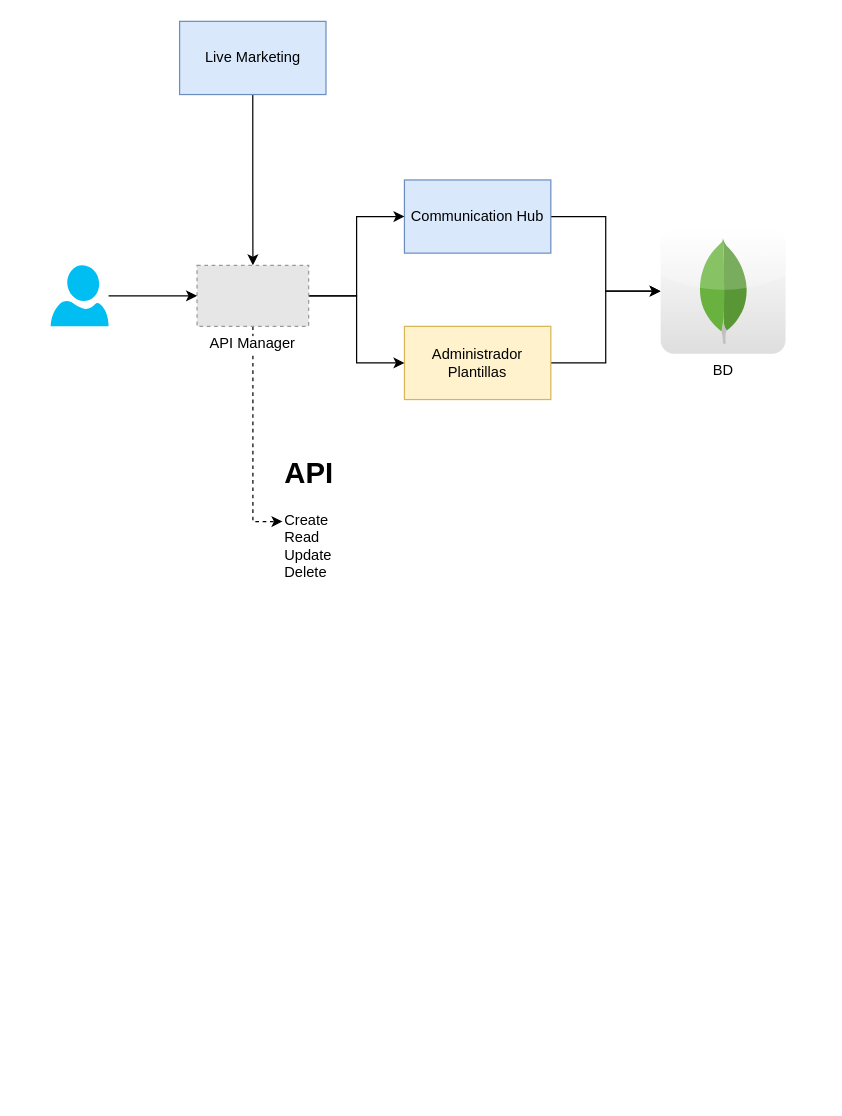
Before: Administrador de Plantillas.drawio in fhermq/diagrams, a draw.io diagram. Source tidied: cells renumbered, new cells numbered last; positions are measured from the earlier drawing's top-left corner, leaving out a move shared by most shapes. Both pictures are drawn from the tidied source at 122%, with x=0, y=0 at pixel (50, 21). Pictures stored in the file or linked from it are replaced by grey dashed boxes.
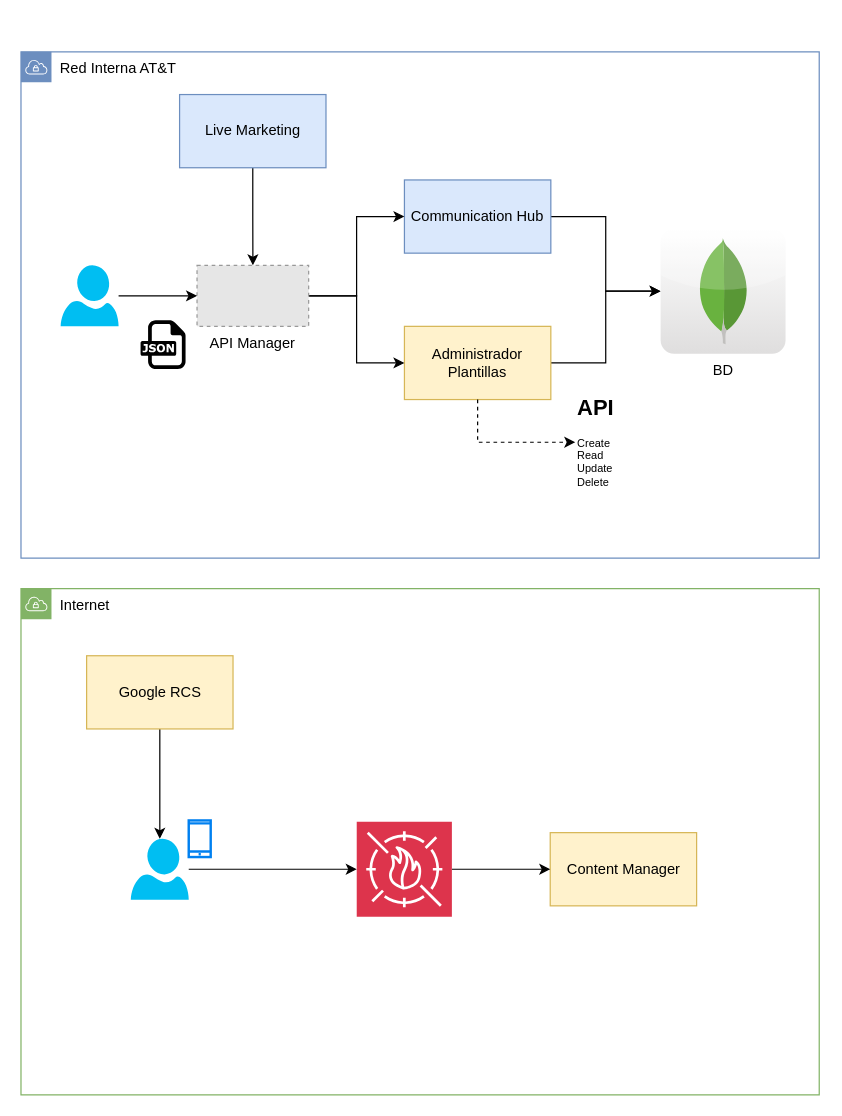
The same diagram, later.

The change refers to these unchanged cells:
```xml
<mxCell id="5" value="Administrador Plantillas" style="rounded=0;whiteSpace=wrap;html=1;fillColor=#fff2cc;strokeColor=#d6b656;" parent="1" vertex="1">
  <mxGeometry x="290" y="250" width="120" height="60" as="geometry" />
</mxCell>
<mxCell id="9" value="API Manager" style="fillColor=#E6E6E6;strokeColor=#999999;dashed=1;verticalLabelPosition=bottom;labelBackgroundColor=default;verticalAlign=top;" parent="1" vertex="1">
  <mxGeometry x="120" y="200" width="91.5" height="50" as="geometry" />
</mxCell>
```

What changed in the source:
```diff
@@
+    <mxCell id="16" value="Red Interna AT&amp;amp;T" style="sketch=0;html=1;whiteSpace=wrap;fontSize=12;fontStyle=0;shape=mxgraph.aws4.group;grIcon=mxgraph.aws4.group_vpc;strokeColor=#6c8ebf;fillColor=none;verticalAlign=top;align=left;spacingLeft=30;dashed=0;" parent="1" vertex="1">
+      <mxGeometry x="-24.3" y="25" width="654.3" height="415" as="geometry" />
+    </mxCell>
+    <mxCell id="17" value="Internet" style="sketch=0;html=1;whiteSpace=wrap;fontSize=12;fontStyle=0;shape=mxgraph.aws4.group;grIcon=mxgraph.aws4.group_vpc;strokeColor=#82b366;fillColor=none;verticalAlign=top;align=left;spacingLeft=30;dashed=0;" parent="1" vertex="1">
+      <mxGeometry x="-24.3" y="465" width="654.3" height="415" as="geometry" />
+    </mxCell>
@@
-    <mxCell id="8" style="edgeStyle=orthogonalEdgeStyle;rounded=0;jettySize=auto;html=1;entryX=0;entryY=0.5;entryDx=0;entryDy=0;dashed=1;" parent="1" edge="1" source="9" target="13">
+    <mxCell id="8" style="edgeStyle=orthogonalEdgeStyle;rounded=0;jettySize=auto;html=1;entryX=0;entryY=0.5;entryDx=0;entryDy=0;dashed=1;exitX=0.5;exitY=1;exitDx=0;exitDy=0;" parent="1" edge="1" source="5" target="13">
       <mxGeometry relative="1" as="geometry" />
     </mxCell>
@@
     <mxCell id="12" value="Live Marketing" style="rounded=0;whiteSpace=wrap;html=1;fillColor=#dae8fc;strokeColor=#6c8ebf;" parent="1" vertex="1">
-      <mxGeometry x="105.7" width="120" height="60" as="geometry" />
+      <mxGeometry x="105.7" y="60" width="120" height="60" as="geometry" />
     </mxCell>
-    <mxCell id="13" value="&lt;h1 style=&quot;margin-top: 0px;&quot;&gt;API&lt;/h1&gt;&lt;div&gt;Create&lt;/div&gt;&lt;div&gt;Read&lt;/div&gt;&lt;div&gt;Update&lt;/div&gt;&lt;div&gt;Delete&lt;/div&gt;" style="text;html=1;whiteSpace=wrap;overflow=hidden;rounded=0;" parent="1" vertex="1">
-      <mxGeometry x="190" y="350" width="180" height="120" as="geometry" />
+    <mxCell id="13" value="&lt;h1 style=&quot;margin-top: 0px;&quot;&gt;API&lt;/h1&gt;&lt;div&gt;Create&lt;/div&gt;&lt;div&gt;Read&lt;/div&gt;&lt;div&gt;Update&lt;/div&gt;&lt;div&gt;Delete&lt;/div&gt;" style="text;html=1;whiteSpace=wrap;overflow=hidden;rounded=0;fontSize=9;" parent="1" vertex="1">
+      <mxGeometry x="430" y="300" width="60" height="90" as="geometry" />
     </mxCell>
-    <mxCell id="14" style="edgeStyle=orthogonalEdgeStyle;rounded=0;jettySize=auto;html=1;entryX=0;entryY=0.5;entryDx=0;entryDy=0;" parent="1" edge="1" source="15" target="9">
-      <mxGeometry relative="1" as="geometry" />
-    </mxCell>
+    <mxCell id="18" style="edgeStyle=orthogonalEdgeStyle;rounded=0;jettySize=auto;html=1;" parent="1" edge="1" source="15" target="21">
+      <mxGeometry relative="1" as="geometry" />
+    </mxCell>
     <mxCell id="15" style="verticalLabelPosition=bottom;html=1;verticalAlign=top;align=center;strokeColor=none;fillColor=#00BEF2;shape=mxgraph.azure.user;" parent="1" vertex="1">
-      <mxGeometry y="200" width="47.5" height="50" as="geometry" />
+      <mxGeometry x="65.7" y="670" width="47.5" height="50" as="geometry" />
     </mxCell>
+    <mxCell id="19" value="Content Manager" style="rounded=0;whiteSpace=wrap;html=1;fillColor=#fff2cc;strokeColor=#d6b656;" parent="1" vertex="1">
+      <mxGeometry x="409.5" y="665" width="120" height="60" as="geometry" />
+    </mxCell>
+    <mxCell id="20" style="edgeStyle=orthogonalEdgeStyle;rounded=0;jettySize=auto;html=1;" parent="1" edge="1" source="21" target="19">
+      <mxGeometry relative="1" as="geometry" />
+    </mxCell>
+    <mxCell id="21" style="sketch=0;points=[[0,0,0],[0.25,0,0],[0.5,0,0],[0.75,0,0],[1,0,0],[0,1,0],[0.25,1,0],[0.5,1,0],[0.75,1,0],[1,1,0],[0,0.25,0],[0,0.5,0],[0,0.75,0],[1,0.25,0],[1,0.5,0],[1,0.75,0]];outlineConnect=0;fontColor=#232F3E;fillColor=#DD344C;strokeColor=#ffffff;dashed=0;verticalLabelPosition=bottom;verticalAlign=top;align=center;html=1;fontSize=12;fontStyle=0;shape=mxgraph.aws4.resourceIcon;resIcon=mxgraph.aws4.waf;" parent="1" vertex="1">
+      <mxGeometry x="250.9" y="656" width="78" height="78" as="geometry" />
+    </mxCell>
+    <mxCell id="22" style="html=1;verticalLabelPosition=bottom;align=center;labelBackgroundColor=#ffffff;verticalAlign=top;strokeWidth=2;strokeColor=#0080F0;shadow=0;dashed=0;shape=mxgraph.ios7.icons.smartphone;" parent="1" vertex="1">
+      <mxGeometry x="113.2" y="655" width="18" height="30" as="geometry" />
+    </mxCell>
+    <mxCell id="23" style="edgeStyle=orthogonalEdgeStyle;rounded=0;jettySize=auto;html=1;" parent="1" edge="1" source="24" target="9">
+      <mxGeometry relative="1" as="geometry" />
+    </mxCell>
+    <mxCell id="24" style="verticalLabelPosition=bottom;html=1;verticalAlign=top;align=center;strokeColor=none;fillColor=#00BEF2;shape=mxgraph.azure.user;" parent="1" vertex="1">
+      <mxGeometry x="8.2" y="200" width="47.5" height="50" as="geometry" />
+    </mxCell>
+    <mxCell id="25" style="dashed=0;html=1;align=center;labelPosition=center;verticalLabelPosition=bottom;verticalAlign=top;shape=mxgraph.weblogos.json;" parent="1" vertex="1">
+      <mxGeometry x="73.7" y="245" width="36.9" height="40" as="geometry" />
+    </mxCell>
+    <mxCell id="26" style="edgeStyle=orthogonalEdgeStyle;rounded=0;jettySize=auto;html=1;" parent="1" edge="1" source="27" target="15">
+      <mxGeometry relative="1" as="geometry" />
+    </mxCell>
+    <mxCell id="27" value="Google RCS" style="rounded=0;whiteSpace=wrap;html=1;fillColor=#fff2cc;strokeColor=#d6b656;" parent="1" vertex="1">
+      <mxGeometry x="29.5" y="520" width="120" height="60" as="geometry" />
+    </mxCell>
```
